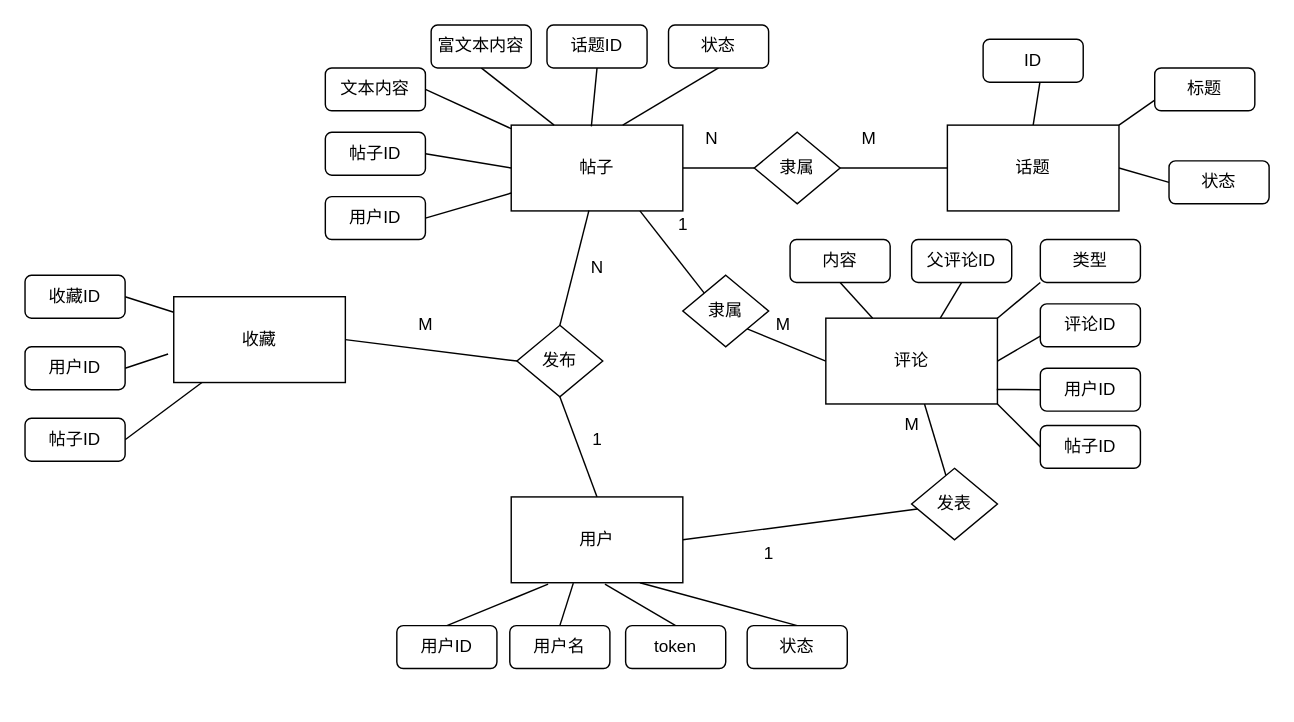
Before: 毕业论文/系统整体E-R图.drawio in lululuhui/flow-chart-warehouse, a draw.io diagram. Source tidied: cells renumbered, new cells numbered last; positions are measured from the earlier drawing's top-left corner, leaving out a move shared by most shapes. Both pictures are drawn from the tidied source at 143%, with x=0, y=0 at pixel (24, 24).
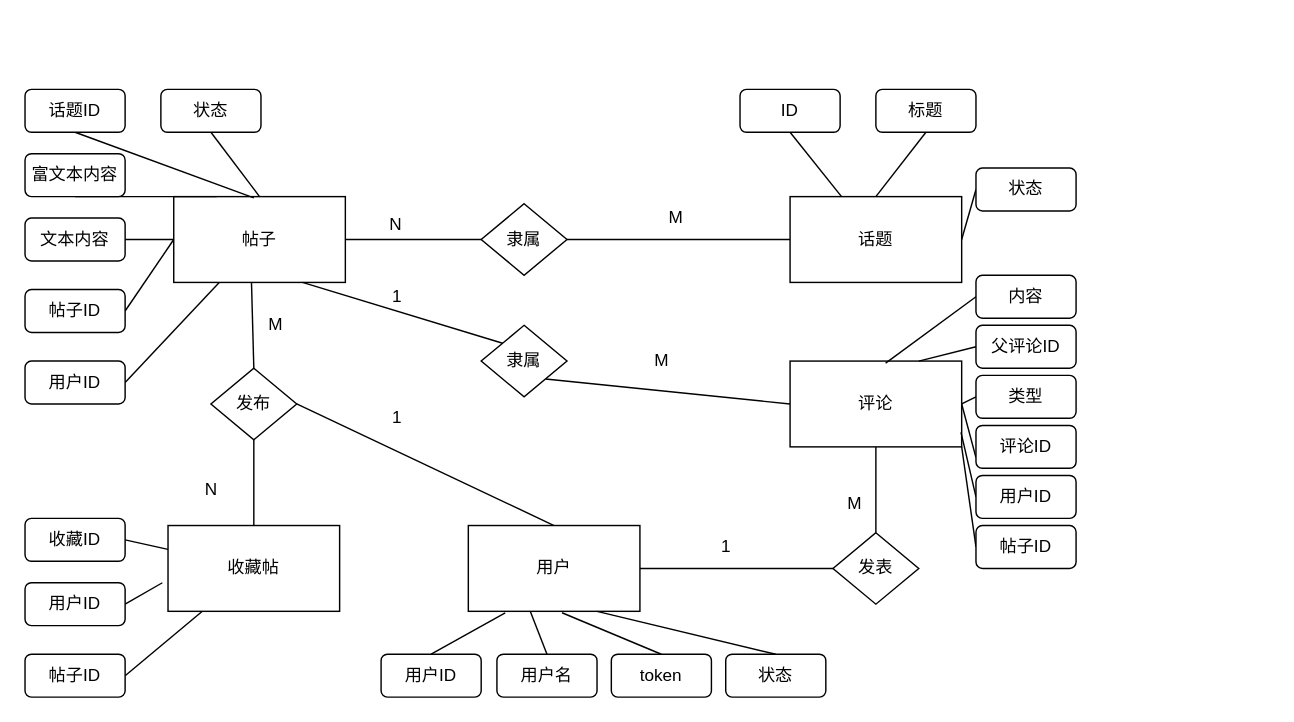
Above is the later version.

Commit message:
Update 系统整体E-R图.drawio

The edit, as a diff of the source:
```diff
@@
-    <mxCell id="2" style="edgeStyle=none;rounded=0;jettySize=auto;html=1;exitX=0.5;exitY=0;exitDx=0;exitDy=0;entryX=0.5;entryY=1;entryDx=0;entryDy=0;endArrow=none;endFill=0;" parent="1" edge="1" source="4" target="14">
+    <mxCell id="2" style="rounded=0;jettySize=auto;html=1;exitX=0.5;exitY=0;exitDx=0;exitDy=0;entryX=1;entryY=0.5;entryDx=0;entryDy=0;endArrow=none;endFill=0;" parent="1" edge="1" source="4" target="14">
       <mxGeometry relative="1" as="geometry" />
     </mxCell>
-    <mxCell id="3" style="edgeStyle=none;rounded=0;jettySize=auto;html=1;exitX=1;exitY=0.5;exitDx=0;exitDy=0;endArrow=none;endFill=0;" parent="1" edge="1" source="4" target="23">
+    <mxCell id="3" style="edgeStyle=none;rounded=0;jettySize=auto;html=1;exitX=1;exitY=0.5;exitDx=0;exitDy=0;entryX=0;entryY=0.5;entryDx=0;entryDy=0;endArrow=none;endFill=0;" parent="1" edge="1" source="4" target="23">
       <mxGeometry relative="1" as="geometry" />
     </mxCell>
     <mxCell id="4" value="用户" style="rounded=0;whiteSpace=wrap;html=1;" parent="1" vertex="1">
-      <mxGeometry x="340" y="330" width="120" height="60" as="geometry" />
+      <mxGeometry x="310" y="350" width="120" height="60" as="geometry" />
     </mxCell>
@@
     <mxCell id="6" value="帖子" style="rounded=0;whiteSpace=wrap;html=1;" parent="1" vertex="1">
-      <mxGeometry x="340" y="70" width="120" height="60" as="geometry" />
+      <mxGeometry x="104" y="120" width="120" height="60" as="geometry" />
     </mxCell>
-    <mxCell id="7" value="收藏" style="rounded=0;whiteSpace=wrap;html=1;" parent="1" vertex="1">
-      <mxGeometry x="104" y="190" width="120" height="60" as="geometry" />
+    <mxCell id="7" value="收藏帖" style="rounded=0;whiteSpace=wrap;html=1;" parent="1" vertex="1">
+      <mxGeometry x="100" y="350" width="120" height="60" as="geometry" />
     </mxCell>
@@
-    <mxCell id="9" style="edgeStyle=none;rounded=0;jettySize=auto;html=1;exitX=0.5;exitY=0;exitDx=0;exitDy=0;entryX=0.567;entryY=1.001;entryDx=0;entryDy=0;entryPerimeter=0;endArrow=none;endFill=0;" parent="1" edge="1" source="11" target="62">
-      <mxGeometry relative="1" as="geometry" />
-    </mxCell>
-    <mxCell id="10" style="edgeStyle=none;rounded=0;jettySize=auto;html=1;exitX=1;exitY=0;exitDx=0;exitDy=0;entryX=0;entryY=0.75;entryDx=0;entryDy=0;endArrow=none;endFill=0;" parent="1" edge="1" source="11" target="61">
-      <mxGeometry relative="1" as="geometry" />
-    </mxCell>
     <mxCell id="11" value="话题" style="rounded=0;whiteSpace=wrap;html=1;" parent="1" vertex="1">
-      <mxGeometry x="645" y="70" width="120" height="60" as="geometry" />
+      <mxGeometry x="535" y="120" width="120" height="60" as="geometry" />
     </mxCell>
@@
-    <mxCell id="13" style="edgeStyle=none;rounded=0;jettySize=auto;html=1;exitX=0;exitY=0.5;exitDx=0;exitDy=0;entryX=1;entryY=0.5;entryDx=0;entryDy=0;endArrow=none;endFill=0;" parent="1" edge="1" source="14" target="7">
+    <mxCell id="13" style="edgeStyle=none;rounded=0;jettySize=auto;html=1;exitX=0.5;exitY=1;exitDx=0;exitDy=0;endArrow=none;endFill=0;" parent="1" edge="1" source="14" target="7">
       <mxGeometry relative="1" as="geometry" />
     </mxCell>
     <mxCell id="14" value="发布" style="rhombus;whiteSpace=wrap;html=1;" parent="1" vertex="1">
-      <mxGeometry x="344" y="210" width="60" height="50" as="geometry" />
+      <mxGeometry x="130" y="240" width="60" height="50" as="geometry" />
     </mxCell>
     <mxCell id="15" value="1" style="text;html=1;align=center;verticalAlign=middle;strokeColor=none;fillColor=none;" parent="1" vertex="1">
-      <mxGeometry x="390" y="280" width="20" height="20" as="geometry" />
+      <mxGeometry x="250" y="265" width="20" height="20" as="geometry" />
     </mxCell>
-    <mxCell id="16" value="N" style="text;html=1;align=center;verticalAlign=middle;strokeColor=none;fillColor=none;" parent="1" vertex="1">
-      <mxGeometry x="390" y="160" width="20" height="20" as="geometry" />
-    </mxCell>
     <mxCell id="17" value="M" style="text;html=1;align=center;verticalAlign=middle;strokeColor=none;fillColor=none;" parent="1" vertex="1">
-      <mxGeometry x="265" y="200" width="30" height="20" as="geometry" />
+      <mxGeometry x="160" y="200" width="30" height="20" as="geometry" />
     </mxCell>
@@
     <mxCell id="19" value="隶属" style="rhombus;whiteSpace=wrap;html=1;" parent="1" vertex="1">
-      <mxGeometry x="510" y="75" width="60" height="50" as="geometry" />
+      <mxGeometry x="319" y="125" width="60" height="50" as="geometry" />
     </mxCell>
     <mxCell id="20" value="N" style="text;html=1;align=center;verticalAlign=middle;strokeColor=none;fillColor=none;" parent="1" vertex="1">
-      <mxGeometry x="470" y="70" width="20" height="20" as="geometry" />
+      <mxGeometry x="249" y="130" width="20" height="20" as="geometry" />
     </mxCell>
     <mxCell id="21" value="M" style="text;html=1;align=center;verticalAlign=middle;strokeColor=none;fillColor=none;" parent="1" vertex="1">
-      <mxGeometry x="575" y="70" width="30" height="20" as="geometry" />
+      <mxGeometry x="440" y="125" width="30" height="20" as="geometry" />
     </mxCell>
@@
     <mxCell id="23" value="发表" style="rhombus;whiteSpace=wrap;html=1;" parent="1" vertex="1">
-      <mxGeometry x="620" y="310" width="60" height="50" as="geometry" />
+      <mxGeometry x="565" y="355" width="60" height="50" as="geometry" />
     </mxCell>
-    <mxCell id="24" style="edgeStyle=none;rounded=0;jettySize=auto;html=1;exitX=1;exitY=0;exitDx=0;exitDy=0;entryX=0;entryY=1;entryDx=0;entryDy=0;endArrow=none;endFill=0;" parent="1" edge="1" source="26" target="72">
-      <mxGeometry relative="1" as="geometry" />
-    </mxCell>
@@
     <mxCell id="26" value="评论" style="rounded=0;whiteSpace=wrap;html=1;" parent="1" vertex="1">
-      <mxGeometry x="560" y="205" width="120" height="60" as="geometry" />
+      <mxGeometry x="535" y="235" width="120" height="60" as="geometry" />
     </mxCell>
-    <mxCell id="27" value="1" style="text;html=1;align=center;verticalAlign=middle;strokeColor=none;fillColor=none;" parent="1" vertex="1">
-      <mxGeometry x="510" y="360" width="20" height="20" as="geometry" />
-    </mxCell>
     <mxCell id="28" value="M" style="text;html=1;align=center;verticalAlign=middle;strokeColor=none;fillColor=none;" parent="1" vertex="1">
-      <mxGeometry x="605" y="270" width="30" height="20" as="geometry" />
+      <mxGeometry x="565" y="325" width="30" height="20" as="geometry" />
     </mxCell>
@@
     <mxCell id="31" value="隶属" style="rhombus;whiteSpace=wrap;html=1;" parent="1" vertex="1">
-      <mxGeometry x="460" y="175" width="60" height="50" as="geometry" />
+      <mxGeometry x="319" y="210" width="60" height="50" as="geometry" />
     </mxCell>
     <mxCell id="32" value="1" style="text;html=1;align=center;verticalAlign=middle;strokeColor=none;fillColor=none;" parent="1" vertex="1">
-      <mxGeometry x="450" y="130" width="20" height="20" as="geometry" />
+      <mxGeometry x="250" y="180" width="20" height="20" as="geometry" />
     </mxCell>
     <mxCell id="33" value="M" style="text;html=1;align=center;verticalAlign=middle;strokeColor=none;fillColor=none;" parent="1" vertex="1">
-      <mxGeometry x="515" y="200" width="30" height="20" as="geometry" />
+      <mxGeometry x="430" y="225" width="30" height="20" as="geometry" />
     </mxCell>
@@
     <mxCell id="35" value="用户ID" style="rounded=1;whiteSpace=wrap;html=1;" parent="1" vertex="1">
-      <mxGeometry x="260" y="420" width="70" height="30" as="geometry" />
+      <mxGeometry x="249" y="440" width="70" height="30" as="geometry" />
     </mxCell>
@@
     <mxCell id="37" value="用户名" style="rounded=1;whiteSpace=wrap;html=1;" parent="1" vertex="1">
-      <mxGeometry x="339" y="420" width="70" height="30" as="geometry" />
+      <mxGeometry x="330" y="440" width="70" height="30" as="geometry" />
     </mxCell>
@@
     <mxCell id="39" value="token" style="rounded=1;whiteSpace=wrap;html=1;" parent="1" vertex="1">
-      <mxGeometry x="420" y="420" width="70" height="30" as="geometry" />
+      <mxGeometry x="410" y="440" width="70" height="30" as="geometry" />
     </mxCell>
@@
     <mxCell id="41" value="状态" style="rounded=1;whiteSpace=wrap;html=1;" parent="1" vertex="1">
-      <mxGeometry x="505" y="420" width="70" height="30" as="geometry" />
+      <mxGeometry x="490" y="440" width="70" height="30" as="geometry" />
     </mxCell>
@@
     <mxCell id="43" value="帖子ID" style="rounded=1;whiteSpace=wrap;html=1;" parent="1" vertex="1">
-      <mxGeometry y="275" width="70" height="30" as="geometry" />
+      <mxGeometry y="440" width="70" height="30" as="geometry" />
     </mxCell>
@@
     <mxCell id="45" value="用户ID" style="rounded=1;whiteSpace=wrap;html=1;" parent="1" vertex="1">
-      <mxGeometry y="225" width="70" height="30" as="geometry" />
+      <mxGeometry y="390" width="70" height="30" as="geometry" />
     </mxCell>
@@
     <mxCell id="47" value="收藏ID" style="rounded=1;whiteSpace=wrap;html=1;" parent="1" vertex="1">
-      <mxGeometry y="175" width="70" height="30" as="geometry" />
+      <mxGeometry y="345" width="70" height="30" as="geometry" />
     </mxCell>
@@
     <mxCell id="49" value="用户ID" style="rounded=1;whiteSpace=wrap;html=1;" parent="1" vertex="1">
-      <mxGeometry x="210" y="120" width="70" height="30" as="geometry" />
+      <mxGeometry y="235" width="70" height="30" as="geometry" />
     </mxCell>
@@
     <mxCell id="51" value="帖子ID" style="rounded=1;whiteSpace=wrap;html=1;" parent="1" vertex="1">
-      <mxGeometry x="210" y="75" width="70" height="30" as="geometry" />
+      <mxGeometry y="185" width="70" height="30" as="geometry" />
     </mxCell>
@@
     <mxCell id="53" value="文本内容" style="rounded=1;whiteSpace=wrap;html=1;" parent="1" vertex="1">
-      <mxGeometry x="210" y="30" width="70" height="30" as="geometry" />
+      <mxGeometry y="135" width="70" height="30" as="geometry" />
     </mxCell>
@@
     <mxCell id="55" value="富文本内容" style="rounded=1;whiteSpace=wrap;html=1;" parent="1" vertex="1">
-      <mxGeometry x="284" width="70" height="30" as="geometry" />
+      <mxGeometry y="90" width="70" height="30" as="geometry" />
     </mxCell>
@@
     <mxCell id="57" value="话题ID" style="rounded=1;whiteSpace=wrap;html=1;" parent="1" vertex="1">
-      <mxGeometry x="365" width="70" height="30" as="geometry" />
+      <mxGeometry y="45" width="70" height="30" as="geometry" />
     </mxCell>
-    <mxCell id="58" style="edgeStyle=none;rounded=0;jettySize=auto;html=1;exitX=0.5;exitY=1;exitDx=0;exitDy=0;endArrow=none;endFill=0;" parent="1" edge="1" source="59">
-      <mxGeometry relative="1" as="geometry">
-        <mxPoint x="418" y="70" as="targetPoint" />
-      </mxGeometry>
-    </mxCell>
+    <mxCell id="73" style="edgeStyle=none;rounded=0;jettySize=auto;html=1;exitX=0.5;exitY=1;exitDx=0;exitDy=0;entryX=0.5;entryY=0;entryDx=0;entryDy=0;endArrow=none;endFill=0;" parent="1" edge="1" source="59" target="6">
+      <mxGeometry relative="1" as="geometry" />
+    </mxCell>
     <mxCell id="59" value="状态" style="rounded=1;whiteSpace=wrap;html=1;" parent="1" vertex="1">
-      <mxGeometry x="450" width="70" height="30" as="geometry" />
+      <mxGeometry x="95" y="45" width="70" height="30" as="geometry" />
     </mxCell>
     <mxCell id="60" value="状态" style="rounded=1;whiteSpace=wrap;html=1;" parent="1" vertex="1">
-      <mxGeometry x="800" y="95" width="70" height="30" as="geometry" />
+      <mxGeometry x="665" y="100" width="70" height="30" as="geometry" />
     </mxCell>
+    <mxCell id="74" style="edgeStyle=none;rounded=0;jettySize=auto;html=1;exitX=0.5;exitY=1;exitDx=0;exitDy=0;entryX=0.5;entryY=0;entryDx=0;entryDy=0;endArrow=none;endFill=0;" parent="1" edge="1" source="61" target="11">
+      <mxGeometry relative="1" as="geometry" />
+    </mxCell>
     <mxCell id="61" value="标题" style="rounded=1;whiteSpace=wrap;html=1;" parent="1" vertex="1">
-      <mxGeometry x="790" y="30" width="70" height="30" as="geometry" />
+      <mxGeometry x="595" y="45" width="70" height="30" as="geometry" />
     </mxCell>
+    <mxCell id="75" style="edgeStyle=none;rounded=0;jettySize=auto;html=1;exitX=0.5;exitY=1;exitDx=0;exitDy=0;endArrow=none;endFill=0;" parent="1" edge="1" source="62" target="11">
+      <mxGeometry relative="1" as="geometry" />
+    </mxCell>
     <mxCell id="62" value="ID" style="rounded=1;whiteSpace=wrap;html=1;" parent="1" vertex="1">
-      <mxGeometry x="670" y="10" width="70" height="30" as="geometry" />
+      <mxGeometry x="500" y="45" width="70" height="30" as="geometry" />
     </mxCell>
@@
     <mxCell id="64" value="评论ID" style="rounded=1;whiteSpace=wrap;html=1;" parent="1" vertex="1">
-      <mxGeometry x="710" y="195" width="70" height="30" as="geometry" />
+      <mxGeometry x="665" y="280" width="70" height="30" as="geometry" />
     </mxCell>
@@
     <mxCell id="66" value="用户ID" style="rounded=1;whiteSpace=wrap;html=1;" parent="1" vertex="1">
-      <mxGeometry x="710" y="240" width="70" height="30" as="geometry" />
+      <mxGeometry x="665" y="315" width="70" height="30" as="geometry" />
     </mxCell>
     <mxCell id="67" value="帖子ID" style="rounded=1;whiteSpace=wrap;html=1;" parent="1" vertex="1">
-      <mxGeometry x="710" y="280" width="70" height="30" as="geometry" />
+      <mxGeometry x="665" y="350" width="70" height="30" as="geometry" />
     </mxCell>
-    <mxCell id="68" style="edgeStyle=none;rounded=0;jettySize=auto;html=1;exitX=0.5;exitY=1;exitDx=0;exitDy=0;endArrow=none;endFill=0;" parent="1" edge="1" source="69" target="26">
+    <mxCell id="68" style="edgeStyle=none;rounded=0;jettySize=auto;html=1;exitX=0;exitY=0.5;exitDx=0;exitDy=0;entryX=0.557;entryY=0.024;entryDx=0;entryDy=0;entryPerimeter=0;endArrow=none;endFill=0;" parent="1" edge="1" source="69" target="26">
       <mxGeometry relative="1" as="geometry" />
     </mxCell>
     <mxCell id="69" value="内容" style="rounded=1;whiteSpace=wrap;html=1;" parent="1" vertex="1">
-      <mxGeometry x="535" y="150" width="70" height="30" as="geometry" />
+      <mxGeometry x="665" y="175" width="70" height="30" as="geometry" />
     </mxCell>
-    <mxCell id="70" style="edgeStyle=none;rounded=0;jettySize=auto;html=1;exitX=0.5;exitY=1;exitDx=0;exitDy=0;entryX=0.667;entryY=0;entryDx=0;entryDy=0;entryPerimeter=0;endArrow=none;endFill=0;" parent="1" edge="1" source="71" target="26">
+    <mxCell id="70" style="edgeStyle=none;rounded=0;jettySize=auto;html=1;exitX=0;exitY=0.5;exitDx=0;exitDy=0;entryX=0.75;entryY=0;entryDx=0;entryDy=0;endArrow=none;endFill=0;" parent="1" edge="1" source="71" target="26">
       <mxGeometry relative="1" as="geometry" />
     </mxCell>
     <mxCell id="71" value="父评论ID" style="rounded=1;whiteSpace=wrap;html=1;" parent="1" vertex="1">
-      <mxGeometry x="620" y="150" width="70" height="30" as="geometry" />
+      <mxGeometry x="665" y="210" width="70" height="30" as="geometry" />
     </mxCell>
+    <mxCell id="76" style="edgeStyle=none;rounded=0;jettySize=auto;html=1;exitX=0;exitY=0.5;exitDx=0;exitDy=0;entryX=1;entryY=0.5;entryDx=0;entryDy=0;endArrow=none;endFill=0;" parent="1" edge="1" source="72" target="26">
+      <mxGeometry relative="1" as="geometry" />
+    </mxCell>
     <mxCell id="72" value="类型" style="rounded=1;whiteSpace=wrap;html=1;" parent="1" vertex="1">
-      <mxGeometry x="710" y="150" width="70" height="30" as="geometry" />
+      <mxGeometry x="665" y="245" width="70" height="30" as="geometry" />
     </mxCell>
+    <mxCell id="16" value="N" style="text;html=1;align=center;verticalAlign=middle;strokeColor=none;fillColor=none;" parent="1" vertex="1">
+      <mxGeometry x="120" y="315" width="20" height="20" as="geometry" />
+    </mxCell>
+    <mxCell id="27" value="1" style="text;html=1;align=center;verticalAlign=middle;strokeColor=none;fillColor=none;" parent="1" vertex="1">
+      <mxGeometry x="480" y="355" width="20" height="20" as="geometry" />
+    </mxCell>
```
